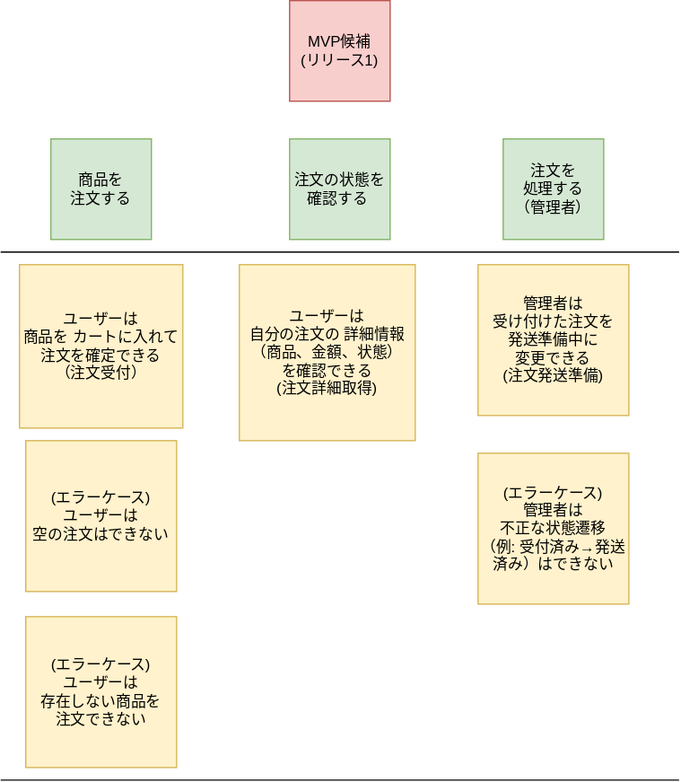
Above: docs/requirements/user_story_mapping.drawio.svg in nihemak/ddd-product-dev-sample-jp (draw.io), before the change. Source tidied: cells renumbered, new cells last; positions are measured from the earlier drawing's top-left corner, leaving out a move shared by most shapes. The source it was exported from:
```xml
<mxGraphModel>
  <root>
    <mxCell id="0" />
    <mxCell id="1" parent="0" />
    <mxCell id="2" value="ユーザーは&lt;div&gt;商品を&lt;span style=&quot;background-color: transparent; color: light-dark(rgb(0, 0, 0), rgb(255, 255, 255));&quot;&gt;カートに入れて&lt;/span&gt;&lt;div&gt;注文を確定できる&lt;div&gt;（注文受付）&lt;/div&gt;&lt;/div&gt;&lt;/div&gt;" style="whiteSpace=wrap;html=1;fillColor=#fff2cc;strokeColor=#d6b656;" parent="1" vertex="1">
      <mxGeometry x="15" y="210" width="130" height="130" as="geometry" />
    </mxCell>
    <mxCell id="3" value="商品を&lt;div&gt;注文する&lt;/div&gt;" style="whiteSpace=wrap;html=1;fillColor=#d5e8d4;strokeColor=#82b366;" parent="1" vertex="1">
      <mxGeometry x="40" y="110" width="80" height="80" as="geometry" />
    </mxCell>
    <mxCell id="4" value="MVP候補&lt;div&gt;(リリース1)&lt;/div&gt;" style="whiteSpace=wrap;html=1;fillColor=#f8cecc;strokeColor=#b85450;" parent="1" vertex="1">
      <mxGeometry x="230" width="80" height="80" as="geometry" />
    </mxCell>
    <mxCell id="5" value="(エラーケース)&amp;nbsp;&lt;div&gt;ユーザーは&lt;/div&gt;&lt;div&gt;空の注文はできない&lt;/div&gt;" style="whiteSpace=wrap;html=1;fillColor=#fff2cc;strokeColor=#d6b656;" parent="1" vertex="1">
      <mxGeometry x="20" y="350" width="120" height="120" as="geometry" />
    </mxCell>
    <mxCell id="6" value="注文の状態を確認する&lt;span style=&quot;color: rgba(0, 0, 0, 0); font-family: monospace; font-size: 0px; text-align: start; text-wrap-mode: nowrap;&quot;&gt;%3CmxGraphModel%3E%3Croot%3E%3CmxCell%20id%3D%220%22%2F%3E%3CmxCell%20id%3D%221%22%20parent%3D%220%22%2F%3E%3CmxCell%20id%3D%222%22%20value%3D%22%E5%95%86%E5%93%81%E3%82%92%26lt%3Bdiv%26gt%3B%E6%B3%A8%E6%96%87%E3%81%99%E3%82%8B%26lt%3B%2Fdiv%26gt%3B%22%20style%3D%22whiteSpace%3Dwrap%3Bhtml%3D1%3Baspect%3Dfixed%3BfillColor%3D%23d5e8d4%3BstrokeColor%3D%2382b366%3B%22%20vertex%3D%221%22%20parent%3D%221%22%3E%3CmxGeometry%20x%3D%22190%22%20y%3D%22190%22%20width%3D%2280%22%20height%3D%2280%22%20as%3D%22geometry%22%2F%3E%3C%2FmxCell%3E%3C%2Froot%3E%3C%2FmxGraphModel%3E&lt;/span&gt;" style="whiteSpace=wrap;html=1;fillColor=#d5e8d4;strokeColor=#82b366;" parent="1" vertex="1">
      <mxGeometry x="230" y="110" width="80" height="80" as="geometry" />
    </mxCell>
    <mxCell id="7" value="注文を&lt;div&gt;処理する&lt;div&gt;（管理者）&lt;/div&gt;&lt;/div&gt;" style="whiteSpace=wrap;html=1;fillColor=#d5e8d4;strokeColor=#82b366;" parent="1" vertex="1">
      <mxGeometry x="400" y="110" width="80" height="80" as="geometry" />
    </mxCell>
    <mxCell id="8" value="(エラーケース)&amp;nbsp;&lt;div&gt;ユーザーは&lt;/div&gt;&lt;div&gt;存在しない商品を&lt;/div&gt;&lt;div&gt;注文できない&lt;/div&gt;" style="whiteSpace=wrap;html=1;fillColor=#fff2cc;strokeColor=#d6b656;" parent="1" vertex="1">
      <mxGeometry x="20" y="490" width="120" height="120" as="geometry" />
    </mxCell>
    <mxCell id="9" value="ユーザーは&lt;div&gt;自分の注文の&lt;span style=&quot;background-color: transparent; color: light-dark(rgb(0, 0, 0), rgb(255, 255, 255));&quot;&gt;詳細情報&lt;/span&gt;&lt;/div&gt;&lt;div&gt;（商品、金額、状態）&lt;/div&gt;&lt;div&gt;を確認できる&lt;/div&gt;&lt;div&gt;&amp;nbsp;(注文詳細取得)&lt;/div&gt;" style="whiteSpace=wrap;html=1;fillColor=#fff2cc;strokeColor=#d6b656;" parent="1" vertex="1">
      <mxGeometry x="190" y="210" width="140" height="140" as="geometry" />
    </mxCell>
    <mxCell id="10" value="管理者は&lt;div&gt;受け付けた注文を&lt;/div&gt;&lt;div&gt;発送準備中に&lt;/div&gt;&lt;div&gt;変更できる&amp;nbsp;&lt;/div&gt;&lt;div&gt;(注文発送準備)&lt;/div&gt;" style="whiteSpace=wrap;html=1;fillColor=#fff2cc;strokeColor=#d6b656;" parent="1" vertex="1">
      <mxGeometry x="380" y="210" width="120" height="120" as="geometry" />
    </mxCell>
    <mxCell id="11" value="&amp;nbsp;(エラーケース)&amp;nbsp;&lt;div&gt;管理者は&lt;/div&gt;&lt;div&gt;不正な状態遷移&lt;/div&gt;&lt;div&gt;（例: 受付済み→発送済み）はできない&lt;/div&gt;" style="whiteSpace=wrap;html=1;fillColor=#fff2cc;strokeColor=#d6b656;" parent="1" vertex="1">
      <mxGeometry x="380" y="360" width="120" height="120" as="geometry" />
    </mxCell>
    <mxCell id="12" style="endArrow=none;html=1;rounded=0;" parent="1" edge="1">
      <mxGeometry relative="1" as="geometry">
        <mxPoint y="200" as="sourcePoint" />
        <mxPoint x="540" y="200" as="targetPoint" />
      </mxGeometry>
    </mxCell>
    <mxCell id="13" style="endArrow=none;html=1;rounded=0;" parent="1" edge="1">
      <mxGeometry relative="1" as="geometry">
        <mxPoint y="620" as="sourcePoint" />
        <mxPoint x="540" y="620" as="targetPoint" />
      </mxGeometry>
    </mxCell>
  </root>
</mxGraphModel>
```
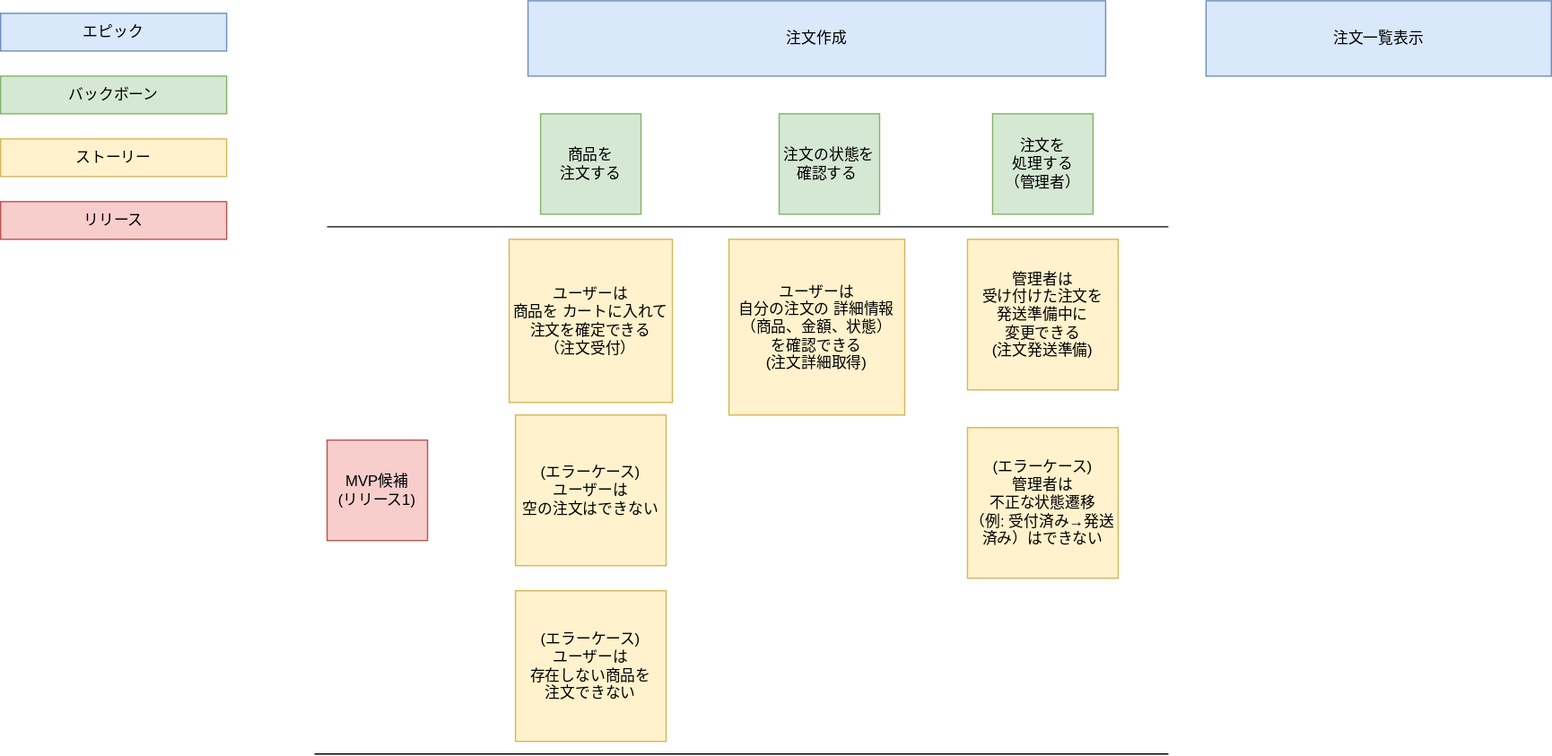
After the commit.

Commit message:
docs: ロードマップにUSM図へのリンクを追加しUSM図を更新

What changed in the source:
```diff
@@ -2,14 +2,14 @@
   <root>
     <mxCell id="0" />
     <mxCell id="1" parent="0" />
-    <mxCell id="2" value="ユーザーは&lt;div&gt;商品を&lt;span style=&quot;background-color: transparent; color: light-dark(rgb(0, 0, 0), rgb(255, 255, 255));&quot;&gt;カートに入れて&lt;/span&gt;&lt;div&gt;注文を確定できる&lt;div&gt;（注文受付）&lt;/div&gt;&lt;/div&gt;&lt;/div&gt;" style="whiteSpace=wrap;html=1;fillColor=#fff2cc;strokeColor=#d6b656;" parent="1" vertex="1">
+    <mxCell id="2" value="ユーザーは&lt;div&gt;商品を&lt;span style=&quot;background-color: transparent; color: light-dark(rgb(0, 0, 0), rgb(255, 255, 255));&quot;&gt;カートに入れて&lt;/span&gt;&lt;div&gt;注文を確定できる&lt;div&gt;（注文受付）&lt;/div&gt;&lt;/div&gt;&lt;/div&gt;" style="whiteSpace=wrap;html=1;fillColor=#fff2cc;strokeColor=#d6b656;direction=south;" parent="1" vertex="1">
       <mxGeometry x="15" y="210" width="130" height="130" as="geometry" />
     </mxCell>
     <mxCell id="3" value="商品を&lt;div&gt;注文する&lt;/div&gt;" style="whiteSpace=wrap;html=1;fillColor=#d5e8d4;strokeColor=#82b366;" parent="1" vertex="1">
       <mxGeometry x="40" y="110" width="80" height="80" as="geometry" />
     </mxCell>
     <mxCell id="4" value="MVP候補&lt;div&gt;(リリース1)&lt;/div&gt;" style="whiteSpace=wrap;html=1;fillColor=#f8cecc;strokeColor=#b85450;" parent="1" vertex="1">
-      <mxGeometry x="230" width="80" height="80" as="geometry" />
+      <mxGeometry x="-130" y="370" width="80" height="80" as="geometry" />
     </mxCell>
     <mxCell id="5" value="(エラーケース)&amp;nbsp;&lt;div&gt;ユーザーは&lt;/div&gt;&lt;div&gt;空の注文はできない&lt;/div&gt;" style="whiteSpace=wrap;html=1;fillColor=#fff2cc;strokeColor=#d6b656;" parent="1" vertex="1">
       <mxGeometry x="20" y="350" width="120" height="120" as="geometry" />
@@ -34,15 +34,33 @@
     </mxCell>
     <mxCell id="12" style="endArrow=none;html=1;rounded=0;" parent="1" edge="1">
       <mxGeometry relative="1" as="geometry">
-        <mxPoint y="200" as="sourcePoint" />
+        <mxPoint x="-130" y="200" as="sourcePoint" />
         <mxPoint x="540" y="200" as="targetPoint" />
       </mxGeometry>
     </mxCell>
     <mxCell id="13" style="endArrow=none;html=1;rounded=0;" parent="1" edge="1">
       <mxGeometry relative="1" as="geometry">
-        <mxPoint y="620" as="sourcePoint" />
+        <mxPoint x="-140" y="620" as="sourcePoint" />
         <mxPoint x="540" y="620" as="targetPoint" />
       </mxGeometry>
     </mxCell>
+    <mxCell id="14" value="注文作成" style="rounded=0;whiteSpace=wrap;html=1;fillColor=#dae8fc;strokeColor=#6c8ebf;" parent="1" vertex="1">
+      <mxGeometry x="30" y="20" width="460" height="60" as="geometry" />
+    </mxCell>
+    <mxCell id="15" value="注文一覧表示" style="rounded=0;whiteSpace=wrap;html=1;fillColor=#dae8fc;strokeColor=#6c8ebf;" parent="1" vertex="1">
+      <mxGeometry x="570" y="20" width="275" height="60" as="geometry" />
+    </mxCell>
+    <mxCell id="16" value="エピック" style="rounded=0;whiteSpace=wrap;html=1;fillColor=#dae8fc;strokeColor=#6c8ebf;" parent="1" vertex="1">
+      <mxGeometry x="-390" y="30" width="180" height="30" as="geometry" />
+    </mxCell>
+    <mxCell id="17" value="バックボーン" style="rounded=0;whiteSpace=wrap;html=1;fillColor=#d5e8d4;strokeColor=#82b366;" parent="1" vertex="1">
+      <mxGeometry x="-390" y="80" width="180" height="30" as="geometry" />
+    </mxCell>
+    <mxCell id="18" value="ストーリー" style="rounded=0;whiteSpace=wrap;html=1;fillColor=#fff2cc;strokeColor=#d6b656;" parent="1" vertex="1">
+      <mxGeometry x="-390" y="130" width="180" height="30" as="geometry" />
+    </mxCell>
+    <mxCell id="19" value="リリース" style="rounded=0;whiteSpace=wrap;html=1;fillColor=#f8cecc;strokeColor=#b85450;" parent="1" vertex="1">
+      <mxGeometry x="-390" y="180" width="180" height="30" as="geometry" />
+    </mxCell>
   </root>
 </mxGraphModel>
```
